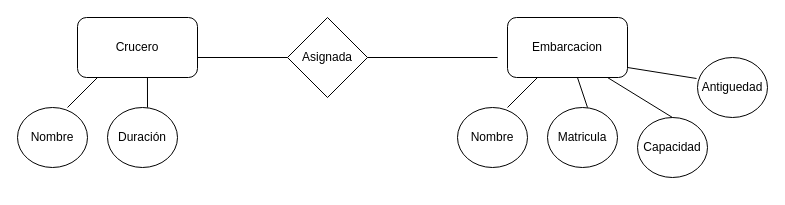
The draw.io diagram Tp3.drawio in kevinld93/Diagramas, before the edit. Source tidied: cells renumbered, new cells numbered last; positions are measured from the earlier drawing's top-left corner, leaving out a move shared by most shapes. Both pictures are drawn from the tidied source at 100%, with x=0, y=0 at pixel (17, 17).
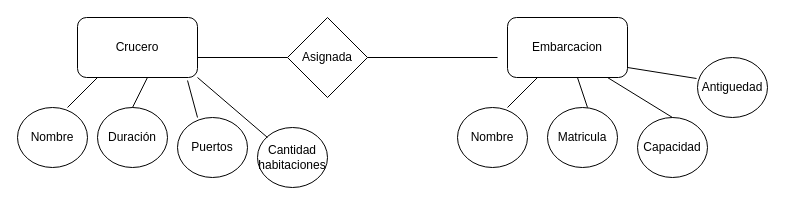
The same page after the edit.

Unchanged cells that the change refers to:
```xml
<mxCell id="9" value="Crucero" style="rounded=1;whiteSpace=wrap;html=1;" parent="1" vertex="1">
  <mxGeometry x="60" width="120" height="60" as="geometry" />
</mxCell>
```

The edit, as a diff of the source:
```diff
@@
     <mxCell id="10" value="Duración" style="ellipse;whiteSpace=wrap;html=1;" parent="1" vertex="1">
-      <mxGeometry x="90" y="90" width="70" height="60" as="geometry" />
+      <mxGeometry x="80" y="90" width="70" height="60" as="geometry" />
     </mxCell>
@@
-    <mxCell id="13" style="endArrow=none;html=1;rounded=0;entryX=0.583;entryY=1;entryDx=0;entryDy=0;entryPerimeter=0;" parent="1" edge="1" target="9">
-      <mxGeometry relative="1" as="geometry">
-        <mxPoint x="130" y="90" as="sourcePoint" />
-      </mxGeometry>
+    <mxCell id="13" style="endArrow=none;html=1;rounded=0;entryX=0.583;entryY=1;entryDx=0;entryDy=0;entryPerimeter=0;exitX=0.5;exitY=0;exitDx=0;exitDy=0;" parent="1" edge="1" source="10" target="9">
+      <mxGeometry relative="1" as="geometry" />
     </mxCell>
@@
+    <mxCell id="19" value="Puertos" style="ellipse;whiteSpace=wrap;html=1;" parent="1" vertex="1">
+      <mxGeometry x="160" y="100" width="70" height="60" as="geometry" />
+    </mxCell>
+    <mxCell id="20" style="endArrow=none;html=1;rounded=0;entryX=0.917;entryY=1.05;entryDx=0;entryDy=0;entryPerimeter=0;exitX=0.286;exitY=0;exitDx=0;exitDy=0;exitPerimeter=0;" parent="1" edge="1" source="19" target="9">
+      <mxGeometry relative="1" as="geometry" />
+    </mxCell>
+    <mxCell id="21" value="Cantidad habitaciones" style="ellipse;whiteSpace=wrap;html=1;" parent="1" vertex="1">
+      <mxGeometry x="240" y="110" width="70" height="60" as="geometry" />
+    </mxCell>
+    <mxCell id="22" style="endArrow=none;html=1;rounded=0;entryX=1;entryY=1;entryDx=0;entryDy=0;" parent="1" edge="1" target="9">
+      <mxGeometry relative="1" as="geometry">
+        <mxPoint x="250" y="120" as="sourcePoint" />
+      </mxGeometry>
+    </mxCell>
```
